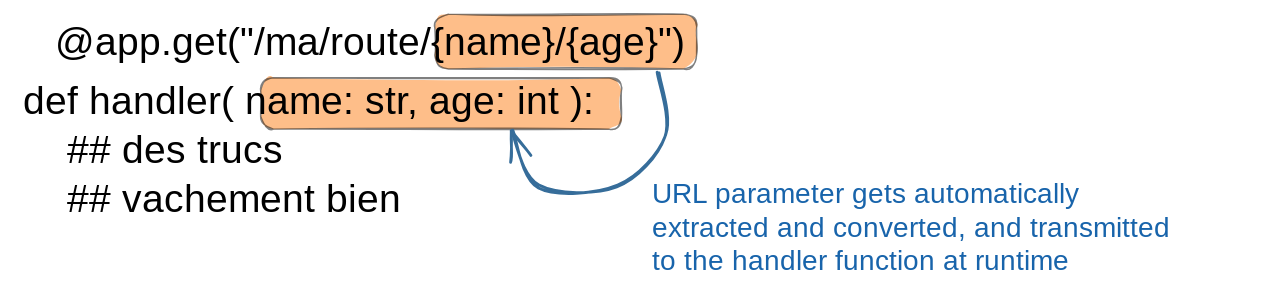
Earlier version of the Excalidraw export notebooks/media/fastapi-route-param.excalidraw.svg (ue22-p25/backend). Source tidied: one line per element, renumbered; positions are measured from the earlier drawing's top-left corner, leaving out a move shared by most shapes.
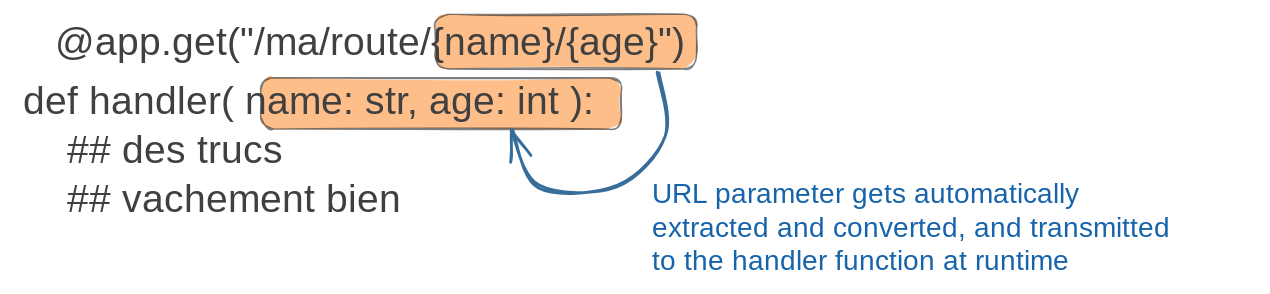
Later version of the same file.

Diff of the diagram source:
```diff
@@ -1,6 +1,6 @@
 {"id": 0, "type": "rectangle", "strokeColor": "#000000", "backgroundColor": "#fd7e14", "fillStyle": "solid", "strokeWidth": 1, "roughness": 1, "opacity": 50, "round": true, "x": 176, "y": 45, "width": 258, "height": 37}
 {"id": 1, "type": "rectangle", "strokeColor": "#000000", "backgroundColor": "#fd7e14", "fillStyle": "solid", "strokeWidth": 1, "roughness": 1, "opacity": 50, "round": true, "x": 301, "y": 0, "width": 187, "height": 39}
-{"id": 2, "type": "text", "text": "@app.get(\"/ma/route/{name}/{age}\")", "strokeColor": "#000000", "backgroundColor": "#fd7e14", "fillStyle": "solid", "strokeWidth": 4, "roughness": 1, "fontSize": 28, "fontFamily": 5, "textAlign": "center", "x": 0, "y": 5, "width": 509, "height": 35}
+{"id": 2, "type": "text", "text": "@app.get(\"/ma/route/{name}/{age}\")", "strokeColor": "#404040", "backgroundColor": "#fd7e14", "fillStyle": "solid", "strokeWidth": 4, "roughness": 1, "fontSize": 28, "fontFamily": 5, "textAlign": "center", "x": 0, "y": 5, "width": 509, "height": 35}
-{"id": 3, "type": "text", "text": "def handler( name: str, age: int ):\n    ## des trucs\n    ## vachement bien ", "strokeColor": "#000000", "backgroundColor": "#fd7e14", "fillStyle": "solid", "strokeWidth": 4, "roughness": 1, "fontSize": 28, "fontFamily": 5, "x": 6, "y": 47, "width": 451, "height": 105}
+{"id": 3, "type": "text", "text": "def handler( name: str, age: int ):\n    ## des trucs\n    ## vachement bien ", "strokeColor": "#404040", "backgroundColor": "#fd7e14", "fillStyle": "solid", "strokeWidth": 4, "roughness": 1, "fontSize": 28, "fontFamily": 5, "x": 6, "y": 47, "width": 451, "height": 105}
 {"id": 4, "type": "text", "text": "URL parameter gets automatically\nextracted and converted, and transmitted \nto the handler function at runtime ", "strokeColor": "#1864ab", "backgroundColor": "#fd7e14", "fillStyle": "solid", "strokeWidth": 1, "roughness": 1, "fontSize": 20, "fontFamily": 1, "x": 455, "y": 118, "width": 432, "height": 72}
 {"id": 5, "type": "arrow", "strokeColor": "#366d9a", "backgroundColor": "#fd7e14", "fillStyle": "solid", "strokeWidth": 2, "roughness": 1, "endArrowhead": "arrow", "round": true, "from": 3, "to": 3, "x": 461, "y": 41, "width": 109, "height": 82, "points": [[0, 0], [4, 45], [-30, 81], [-86, 82], [-105, 41]]}
```
